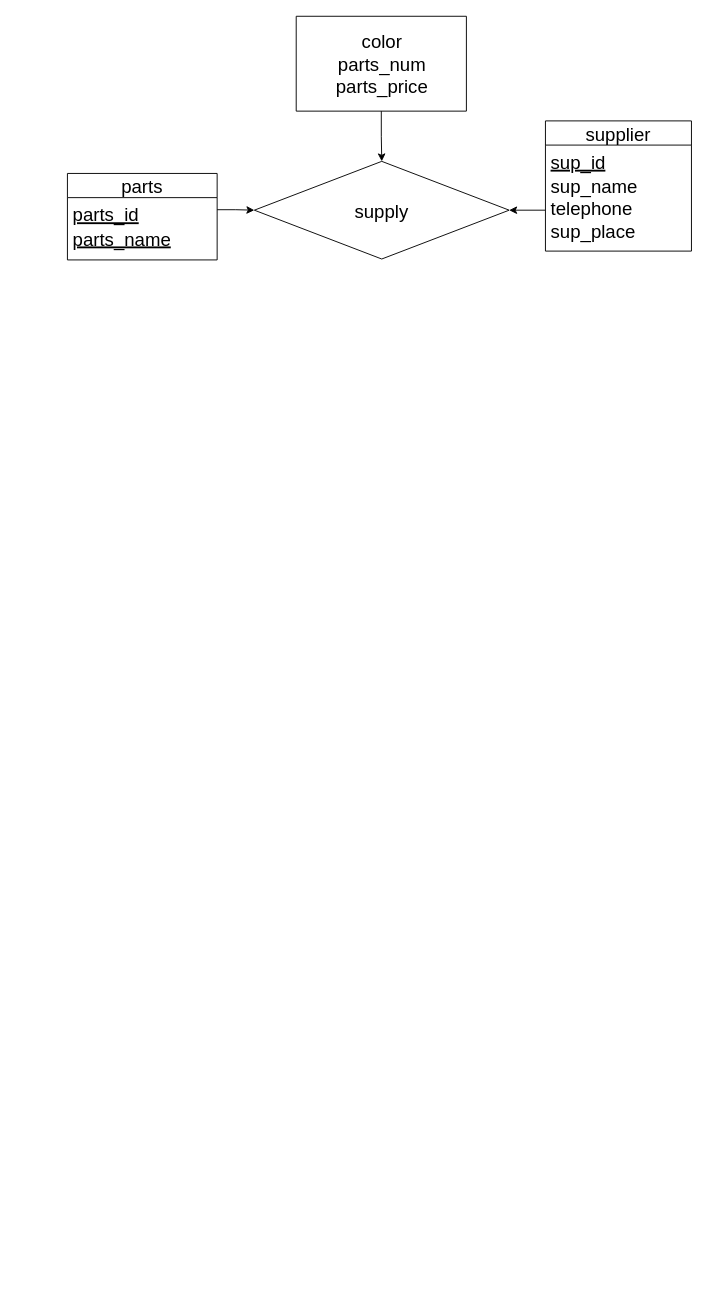
The draw.io diagram Untitled Diagram.drawio in The-flash-me/AES, before the edit. Source tidied: cells renumbered, new cells numbered last; positions are measured from the earlier drawing's top-left corner, leaving out a move shared by most shapes. Both pictures are drawn from the tidied source at 93%, with x=0, y=0 at pixel (67, 16).
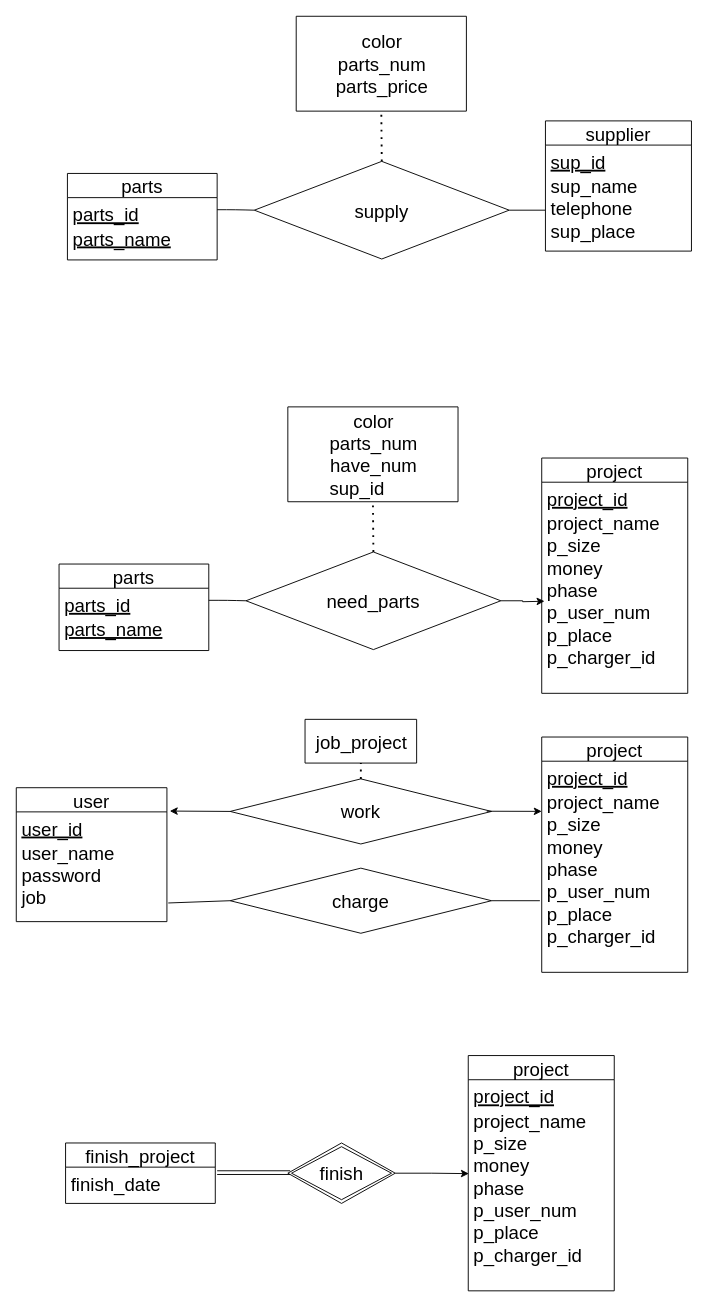
After the change.

Unchanged cells that the change refers to:
```xml
<mxCell id="3" value="parts_id" style="text;strokeColor=none;fillColor=none;align=left;verticalAlign=top;spacingLeft=4;spacingRight=4;overflow=hidden;points=[[0,0.5],[1,0.5]];portConstraint=eastwest;fontSize=20;fontStyle=4;" parent="2" vertex="1">
  <mxGeometry y="26" width="161" height="26" as="geometry" />
</mxCell>
<mxCell id="7" value="sup_name&#10;telephone&#10;sup_place" style="text;strokeColor=none;fillColor=none;align=left;verticalAlign=top;spacingLeft=4;spacingRight=4;overflow=hidden;points=[[0,0.5],[1,0.5]];portConstraint=eastwest;fontSize=20;" parent="5" vertex="1">
  <mxGeometry y="52" width="157" height="88" as="geometry" />
</mxCell>
<mxCell id="8" value="supply" style="rhombus;whiteSpace=wrap;html=1;fontSize=20;" parent="1" vertex="1">
  <mxGeometry x="201" y="156" width="274" height="105" as="geometry" />
</mxCell>
<mxCell id="10" style="swimlane;startSize=0;fontSize=20;" parent="1" vertex="1">
  <mxGeometry x="246" width="183" height="102" as="geometry" />
</mxCell>
```

The edit, as a diff of the source:
```diff
@@
-    <mxCell id="9" style="edgeStyle=orthogonalEdgeStyle;rounded=0;jettySize=auto;html=1;exitX=0.5;exitY=1;exitDx=0;exitDy=0;entryX=0.5;entryY=0;entryDx=0;entryDy=0;fontSize=20;" parent="1" edge="1" source="10" target="8">
-      <mxGeometry relative="1" as="geometry" />
-    </mxCell>
@@
-    <mxCell id="12" style="edgeStyle=orthogonalEdgeStyle;rounded=0;jettySize=auto;html=1;exitX=1;exitY=0.5;exitDx=0;exitDy=0;entryX=0;entryY=0.5;entryDx=0;entryDy=0;fontSize=20;" parent="1" edge="1" source="3" target="8">
+    <mxCell id="12" style="edgeStyle=orthogonalEdgeStyle;rounded=1;jettySize=auto;html=1;exitX=1;exitY=0.5;exitDx=0;exitDy=0;entryX=0;entryY=0.5;entryDx=0;entryDy=0;fontSize=11;endArrow=none;" parent="1" edge="1" source="3" target="8">
       <mxGeometry relative="1" as="geometry" />
     </mxCell>
-    <mxCell id="13" style="edgeStyle=orthogonalEdgeStyle;rounded=0;jettySize=auto;html=1;exitX=0;exitY=0.5;exitDx=0;exitDy=0;entryX=1;entryY=0.5;entryDx=0;entryDy=0;fontSize=20;" parent="1" edge="1" source="7" target="8">
+    <mxCell id="13" style="edgeStyle=orthogonalEdgeStyle;rounded=1;jettySize=auto;html=1;exitX=0;exitY=0.5;exitDx=0;exitDy=0;entryX=1;entryY=0.5;entryDx=0;entryDy=0;fontSize=11;endArrow=none;" parent="1" edge="1" source="7" target="8">
       <mxGeometry relative="1" as="geometry" />
     </mxCell>
+    <mxCell id="14" style="endArrow=none;dashed=1;html=1;dashPattern=1 3;strokeWidth=2;exitX=0.5;exitY=0;exitDx=0;exitDy=0;entryX=0.5;entryY=1;entryDx=0;entryDy=0;" parent="1" edge="1" source="8" target="10">
+      <mxGeometry relative="1" as="geometry" />
+    </mxCell>
+    <mxCell id="15" value="parts" style="swimlane;fontStyle=0;horizontal=1;startSize=26;fontSize=20;" parent="1" vertex="1">
+      <mxGeometry x="-9" y="589" width="161" height="93" as="geometry" />
+    </mxCell>
+    <mxCell id="16" value="parts_id" style="text;strokeColor=none;fillColor=none;align=left;verticalAlign=top;spacingLeft=4;spacingRight=4;overflow=hidden;points=[[0,0.5],[1,0.5]];portConstraint=eastwest;fontSize=20;fontStyle=4;" parent="15" vertex="1">
+      <mxGeometry y="26" width="161" height="26" as="geometry" />
+    </mxCell>
+    <mxCell id="17" value="parts_name" style="text;strokeColor=none;fillColor=none;align=left;verticalAlign=top;spacingLeft=4;spacingRight=4;overflow=hidden;fontSize=20;fontStyle=4;" parent="15" vertex="1">
+      <mxGeometry y="52" width="161" height="41" as="geometry" />
+    </mxCell>
+    <mxCell id="18" value="project" style="swimlane;fontStyle=0;horizontal=1;startSize=26;fontSize=20;" parent="1" vertex="1">
+      <mxGeometry x="510" y="475" width="157" height="253" as="geometry" />
+    </mxCell>
+    <mxCell id="19" value="project_id" style="text;strokeColor=none;fillColor=none;align=left;verticalAlign=top;spacingLeft=4;spacingRight=4;overflow=hidden;fontSize=20;fontStyle=4;" parent="18" vertex="1">
+      <mxGeometry y="26" width="157" height="26" as="geometry" />
+    </mxCell>
+    <mxCell id="20" value="project_name&#10;p_size&#10;money&#10;phase&#10;p_user_num&#10;p_place&#10;p_charger_id" style="text;strokeColor=none;fillColor=none;align=left;verticalAlign=top;spacingLeft=4;spacingRight=4;overflow=hidden;fontSize=20;" parent="18" vertex="1">
+      <mxGeometry y="52" width="157" height="201" as="geometry" />
+    </mxCell>
+    <mxCell id="21" value="need_parts" style="rhombus;whiteSpace=wrap;html=1;fontSize=20;" parent="1" vertex="1">
+      <mxGeometry x="192" y="576" width="274" height="105" as="geometry" />
+    </mxCell>
+    <mxCell id="22" style="swimlane;startSize=0;fontSize=20;" parent="1" vertex="1">
+      <mxGeometry x="237" y="420" width="183" height="102" as="geometry" />
+    </mxCell>
+    <mxCell id="23" value="color&lt;br&gt;parts_num&lt;br&gt;have_num&lt;br&gt;&lt;div style=&quot;text-align: left&quot;&gt;&lt;span&gt;sup_id&lt;/span&gt;&lt;/div&gt;" style="text;html=1;align=center;verticalAlign=middle;strokeColor=none;fontSize=20;" parent="22" vertex="1">
+      <mxGeometry x="39" y="1" width="105" height="100" as="geometry" />
+    </mxCell>
+    <mxCell id="24" style="edgeStyle=orthogonalEdgeStyle;jettySize=auto;html=1;exitX=1;exitY=0.5;exitDx=0;exitDy=0;entryX=0;entryY=0.5;entryDx=0;entryDy=0;fontSize=11;rounded=1;endArrow=none;" parent="1" edge="1" source="16" target="21">
+      <mxGeometry relative="1" as="geometry" />
+    </mxCell>
+    <mxCell id="25" style="edgeStyle=orthogonalEdgeStyle;rounded=0;jettySize=auto;html=1;exitX=1;exitY=0.5;exitDx=0;exitDy=0;fontSize=20;" parent="1" edge="1" source="21">
+      <mxGeometry relative="1" as="geometry">
+        <mxPoint x="513" y="629" as="targetPoint" />
+      </mxGeometry>
+    </mxCell>
+    <mxCell id="26" style="endArrow=none;dashed=1;html=1;dashPattern=1 3;strokeWidth=2;exitX=0.5;exitY=0;exitDx=0;exitDy=0;entryX=0.5;entryY=1;entryDx=0;entryDy=0;" parent="1" edge="1" source="21" target="22">
+      <mxGeometry relative="1" as="geometry" />
+    </mxCell>
+    <mxCell id="27" value="project" style="swimlane;fontStyle=0;horizontal=1;startSize=26;fontSize=20;" parent="1" vertex="1">
+      <mxGeometry x="510" y="775" width="157" height="253" as="geometry" />
+    </mxCell>
+    <mxCell id="28" value="project_id" style="text;strokeColor=none;fillColor=none;align=left;verticalAlign=top;spacingLeft=4;spacingRight=4;overflow=hidden;fontSize=20;fontStyle=4;" parent="27" vertex="1">
+      <mxGeometry y="26" width="157" height="26" as="geometry" />
+    </mxCell>
+    <mxCell id="29" value="project_name&#10;p_size&#10;money&#10;phase&#10;p_user_num&#10;p_place&#10;p_charger_id" style="text;strokeColor=none;fillColor=none;align=left;verticalAlign=top;spacingLeft=4;spacingRight=4;overflow=hidden;points=[[0,0.5],[1,0.5]];portConstraint=eastwest;fontSize=20;" parent="27" vertex="1">
+      <mxGeometry y="52" width="157" height="201" as="geometry" />
+    </mxCell>
+    <mxCell id="30" value="user" style="swimlane;fontStyle=0;horizontal=1;startSize=26;fontSize=20;" parent="1" vertex="1">
+      <mxGeometry x="-55" y="829.5" width="162" height="144" as="geometry" />
+    </mxCell>
+    <mxCell id="31" value="user_id" style="text;strokeColor=none;fillColor=none;align=left;verticalAlign=top;spacingLeft=4;spacingRight=4;overflow=hidden;points=[[0,0.5],[1,0.5]];portConstraint=eastwest;fontSize=20;fontStyle=4;" parent="30" vertex="1">
+      <mxGeometry y="26" width="162" height="26" as="geometry" />
+    </mxCell>
+    <mxCell id="32" value="user_name&#10;password&#10;job" style="text;strokeColor=none;fillColor=none;align=left;verticalAlign=top;spacingLeft=4;spacingRight=4;overflow=hidden;points=[[0,0.5],[1,0.5]];portConstraint=eastwest;fontSize=20;fontStyle=0;" parent="30" vertex="1">
+      <mxGeometry y="52" width="162" height="92" as="geometry" />
+    </mxCell>
+    <mxCell id="33" value="work" style="rhombus;whiteSpace=wrap;html=1;fontSize=20;" parent="1" vertex="1">
+      <mxGeometry x="175" y="820" width="281" height="70" as="geometry" />
+    </mxCell>
+    <mxCell id="34" style="swimlane;startSize=0;fontSize=20;" parent="1" vertex="1">
+      <mxGeometry x="255.5" y="756" width="120" height="47" as="geometry" />
+    </mxCell>
+    <mxCell id="35" value="job_project" style="text;html=1;align=center;verticalAlign=middle;strokeColor=none;fontSize=20;" parent="34" vertex="1">
+      <mxGeometry x="6" y="9.5" width="108" height="28" as="geometry" />
+    </mxCell>
+    <mxCell id="36" style="endArrow=none;dashed=1;html=1;dashPattern=1 3;strokeWidth=2;exitX=0.5;exitY=0;exitDx=0;exitDy=0;entryX=0.5;entryY=1;entryDx=0;entryDy=0;" parent="1" edge="1" source="33" target="34">
+      <mxGeometry relative="1" as="geometry" />
+    </mxCell>
+    <mxCell id="37" value="charge" style="rhombus;whiteSpace=wrap;html=1;fontSize=20;" parent="1" vertex="1">
+      <mxGeometry x="175" y="916" width="281" height="70" as="geometry" />
+    </mxCell>
+    <mxCell id="38" style="endArrow=classic;html=1;strokeColor=#000000;entryX=1.019;entryY=-0.034;entryDx=0;entryDy=0;entryPerimeter=0;exitX=0;exitY=0.5;exitDx=0;exitDy=0;" parent="1" edge="1" source="33" target="31">
+      <mxGeometry relative="1" as="geometry" />
+    </mxCell>
+    <mxCell id="39" style="endArrow=classic;html=1;strokeColor=#000000;exitX=0;exitY=0.5;exitDx=0;exitDy=0;entryX=0;entryY=0.139;entryDx=0;entryDy=0;entryPerimeter=0;" parent="1" edge="1" target="29">
+      <mxGeometry relative="1" as="geometry">
+        <mxPoint x="450.9" y="854.8" as="sourcePoint" />
+      </mxGeometry>
+    </mxCell>
+    <mxCell id="40" style="endArrow=none;html=1;strokeColor=#000000;entryX=1.009;entryY=0.782;entryDx=0;entryDy=0;entryPerimeter=0;exitX=0;exitY=0.5;exitDx=0;exitDy=0;" parent="1" edge="1" source="37" target="32">
+      <mxGeometry relative="1" as="geometry" />
+    </mxCell>
+    <mxCell id="41" style="endArrow=none;html=1;strokeColor=#000000;entryX=1;entryY=0.5;entryDx=0;entryDy=0;" parent="1" edge="1" target="37">
+      <mxGeometry relative="1" as="geometry">
+        <mxPoint x="508" y="951" as="sourcePoint" />
+      </mxGeometry>
+    </mxCell>
+    <mxCell id="42" value="project" style="swimlane;fontStyle=0;horizontal=1;startSize=26;fontSize=20;" parent="1" vertex="1">
+      <mxGeometry x="431" y="1117.5" width="157" height="253" as="geometry" />
+    </mxCell>
+    <mxCell id="43" value="project_id" style="text;strokeColor=none;fillColor=none;align=left;verticalAlign=top;spacingLeft=4;spacingRight=4;overflow=hidden;fontSize=20;fontStyle=4;" parent="42" vertex="1">
+      <mxGeometry y="26" width="157" height="26" as="geometry" />
+    </mxCell>
+    <mxCell id="44" value="project_name&#10;p_size&#10;money&#10;phase&#10;p_user_num&#10;p_place&#10;p_charger_id" style="text;strokeColor=none;fillColor=none;align=left;verticalAlign=top;spacingLeft=4;spacingRight=4;overflow=hidden;points=[[0,0.5],[1,0.5]];portConstraint=eastwest;fontSize=20;" parent="42" vertex="1">
+      <mxGeometry y="52" width="157" height="201" as="geometry" />
+    </mxCell>
+    <mxCell id="45" style="edgeStyle=orthogonalEdgeStyle;rounded=0;jettySize=auto;html=1;exitX=1;exitY=0.5;exitDx=0;exitDy=0;entryX=0.004;entryY=0.373;entryDx=0;entryDy=0;entryPerimeter=0;strokeColor=#000000;" parent="1" edge="1" source="46" target="44">
+      <mxGeometry relative="1" as="geometry" />
+    </mxCell>
+    <mxCell id="46" value="&lt;font style=&quot;font-size: 20px&quot;&gt;finish&lt;/font&gt;" style="rhombus;whiteSpace=wrap;html=1;double=1;" parent="1" vertex="1">
+      <mxGeometry x="237" y="1211.5" width="115.5" height="65" as="geometry" />
+    </mxCell>
+    <mxCell id="47" value="finish_project" style="swimlane;fontStyle=0;horizontal=1;startSize=26;fontSize=20;" parent="1" vertex="1">
+      <mxGeometry x="-2" y="1211.5" width="161" height="65" as="geometry" />
+    </mxCell>
+    <mxCell id="48" value="finish_date" style="text;strokeColor=none;fillColor=none;align=left;verticalAlign=top;spacingLeft=4;spacingRight=4;overflow=hidden;fontSize=20;fontStyle=0;" parent="47" vertex="1">
+      <mxGeometry y="26" width="161" height="39" as="geometry" />
+    </mxCell>
+    <mxCell id="49" style="endArrow=none;html=1;strokeColor=#000000;shape=link;" parent="1" edge="1">
+      <mxGeometry relative="1" as="geometry">
+        <mxPoint x="161" y="1243.4" as="sourcePoint" />
+        <mxPoint x="239.5" y="1243.4" as="targetPoint" />
+      </mxGeometry>
+    </mxCell>
```
